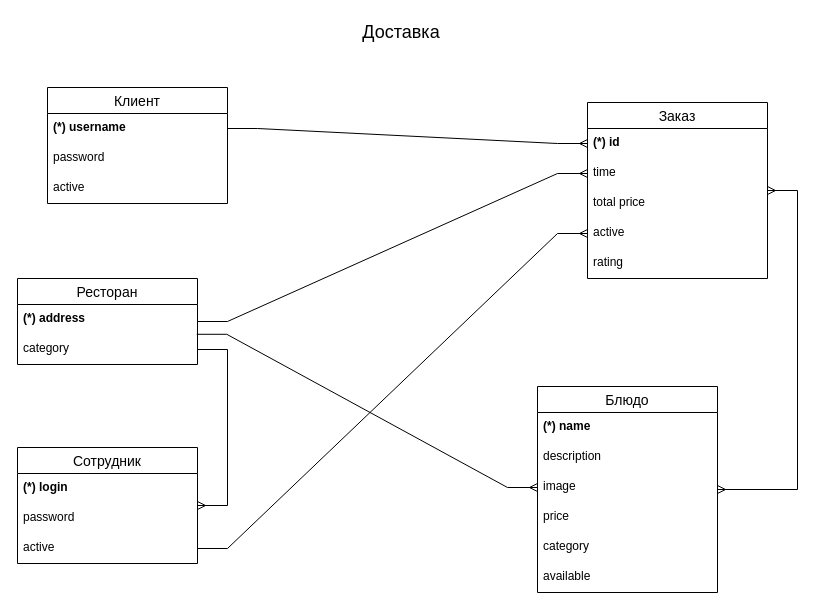
Above: doc/erd.drawio in Nuikut/fastapi-react-delivery (draw.io), before the change. Source tidied: cells renumbered, new cells numbered last; positions are measured from the earlier drawing's top-left corner, leaving out a move shared by most shapes. Both pictures are drawn from the tidied source at 100%, with x=0, y=0 at pixel (17, 17).
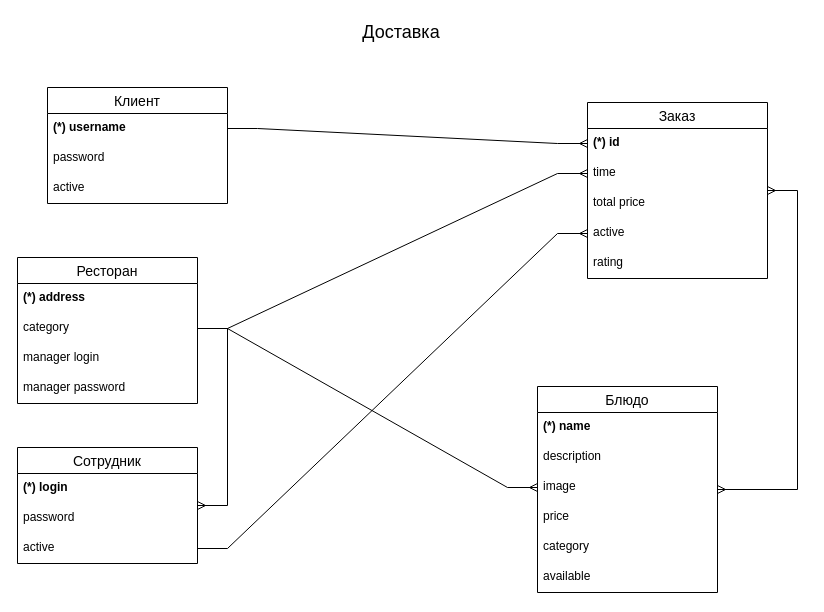
Above is the later version.

The change refers to these unchanged cells:
```xml
<mxCell id="10" value="image" style="text;strokeColor=none;fillColor=none;spacingLeft=4;spacingRight=4;overflow=hidden;points=[[0,0.5],[1,0.5]];portConstraint=eastwest;fontSize=12;whiteSpace=wrap;html=1;" parent="7" vertex="1">
  <mxGeometry y="86" width="180" height="30" as="geometry" />
</mxCell>
<mxCell id="15" value="&lt;b&gt;(*) address&lt;/b&gt;" style="text;strokeColor=none;fillColor=none;spacingLeft=4;spacingRight=4;overflow=hidden;points=[[0,0.5],[1,0.5]];portConstraint=eastwest;fontSize=12;whiteSpace=wrap;html=1;fontStyle=0;" parent="14" vertex="1">
  <mxGeometry y="26" width="180" height="30" as="geometry" />
</mxCell>
<mxCell id="16" value="category" style="text;strokeColor=none;fillColor=none;spacingLeft=4;spacingRight=4;overflow=hidden;points=[[0,0.5],[1,0.5]];portConstraint=eastwest;fontSize=12;whiteSpace=wrap;html=1;" parent="14" vertex="1">
  <mxGeometry y="56" width="180" height="30" as="geometry" />
</mxCell>
<mxCell id="19" value="time" style="text;strokeColor=none;fillColor=none;spacingLeft=4;spacingRight=4;overflow=hidden;points=[[0,0.5],[1,0.5]];portConstraint=eastwest;fontSize=12;whiteSpace=wrap;html=1;" parent="17" vertex="1">
  <mxGeometry y="56" width="180" height="30" as="geometry" />
</mxCell>
<mxCell id="23" value="Сотрудник" style="swimlane;fontStyle=0;horizontal=1;startSize=26;align=center;fontSize=14;" parent="1" vertex="1">
  <mxGeometry y="430" width="180" height="116" as="geometry" />
</mxCell>
```

What changed in the source:
```diff
@@
     <mxCell id="14" value="Ресторан" style="swimlane;fontStyle=0;horizontal=1;startSize=26;align=center;fontSize=14;" parent="1" vertex="1">
-      <mxGeometry y="261" width="180" height="86" as="geometry" />
+      <mxGeometry y="240" width="180" height="146" as="geometry" />
     </mxCell>
@@
+    <mxCell id="33" value="manager login" style="text;strokeColor=none;fillColor=none;spacingLeft=4;spacingRight=4;overflow=hidden;fontSize=12;whiteSpace=wrap;html=1;" parent="14" vertex="1">
+      <mxGeometry y="86" width="180" height="30" as="geometry" />
+    </mxCell>
+    <mxCell id="34" value="manager password" style="text;strokeColor=none;fillColor=none;spacingLeft=4;spacingRight=4;overflow=hidden;fontSize=12;whiteSpace=wrap;html=1;" parent="14" vertex="1">
+      <mxGeometry y="116" width="180" height="30" as="geometry" />
+    </mxCell>
@@
-    <mxCell id="28" style="edgeStyle=entityRelationEdgeStyle;fontSize=12;html=1;endArrow=ERmany;rounded=0;exitX=1;exitY=0.5;exitDx=0;exitDy=0;" parent="1" edge="1" source="16" target="23">
+    <mxCell id="28" style="edgeStyle=entityRelationEdgeStyle;fontSize=12;html=1;endArrow=ERmany;rounded=0;" parent="1" edge="1" target="23">
       <mxGeometry relative="1" as="geometry">
+        <mxPoint x="180" y="311" as="sourcePoint" />
         <Array as="points">
           <mxPoint x="749" y="409" />
         </Array>
       </mxGeometry>
     </mxCell>
-    <mxCell id="29" style="edgeStyle=entityRelationEdgeStyle;fontSize=12;html=1;endArrow=ERmany;rounded=0;entryX=0;entryY=0.5;entryDx=0;entryDy=0;" parent="1" edge="1" source="14" target="19">
+    <mxCell id="29" style="edgeStyle=entityRelationEdgeStyle;fontSize=12;html=1;endArrow=ERmany;rounded=0;entryX=0;entryY=0.5;entryDx=0;entryDy=0;exitX=1;exitY=0.5;exitDx=0;exitDy=0;" parent="1" edge="1" source="16" target="19">
       <mxGeometry relative="1" as="geometry">
         <Array as="points">
           <mxPoint x="730" y="140" />
         </Array>
       </mxGeometry>
     </mxCell>
@@
-    <mxCell id="32" style="edgeStyle=entityRelationEdgeStyle;fontSize=12;html=1;endArrow=ERmany;rounded=0;exitX=0.996;exitY=0.993;exitDx=0;exitDy=0;exitPerimeter=0;entryX=0;entryY=0.5;entryDx=0;entryDy=0;" parent="1" edge="1" source="15" target="10">
+    <mxCell id="32" style="edgeStyle=entityRelationEdgeStyle;fontSize=12;html=1;endArrow=ERmany;rounded=0;exitX=1;exitY=0.5;exitDx=0;exitDy=0;entryX=0;entryY=0.5;entryDx=0;entryDy=0;" parent="1" edge="1" source="16" target="10">
       <mxGeometry relative="1" as="geometry">
         <Array as="points">
           <mxPoint x="759" y="419" />
         </Array>
       </mxGeometry>
     </mxCell>
```
